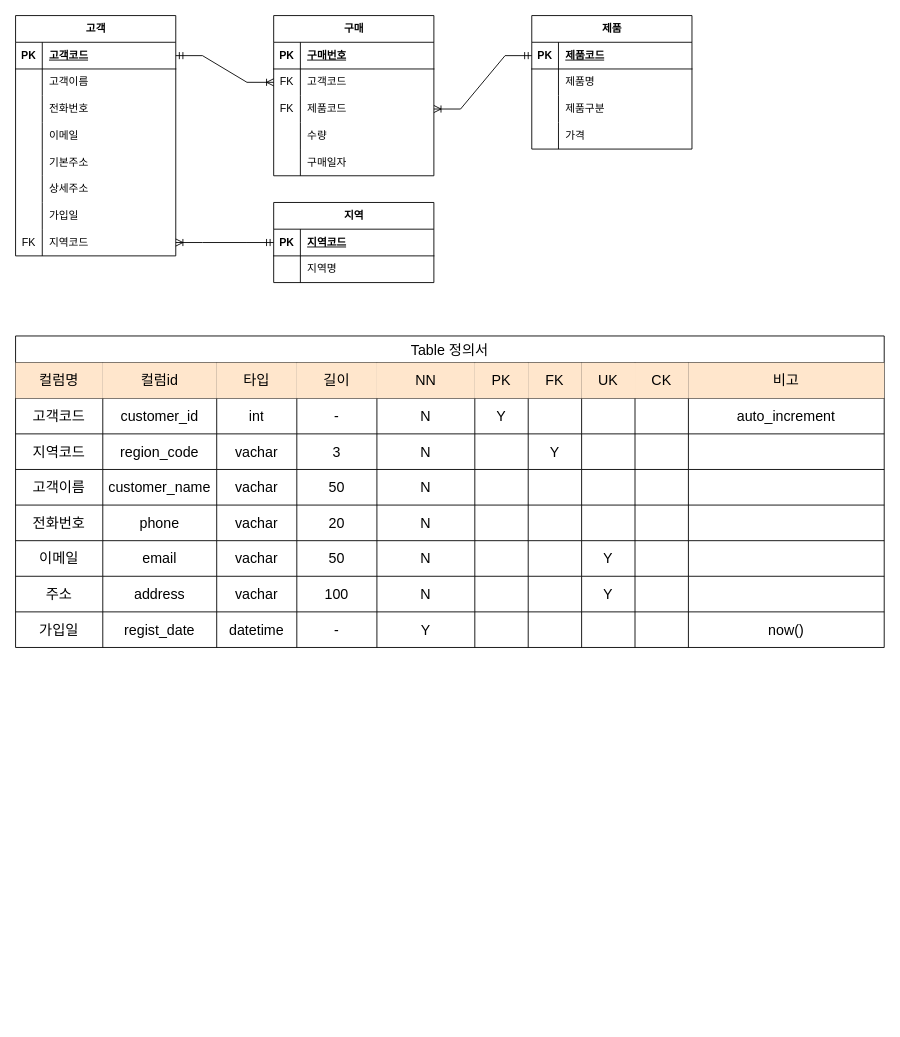
joohyunProjectStorage/erd_sample keeps this draw.io diagram as page "페이지-2" (2 of 2) of 제목 없는 다이어그램.drawio. Above is the earlier version. Source tidied: cells renumbered, new cells numbered last; positions are measured from the earlier drawing's top-left corner, leaving out a move shared by most shapes. Both pictures are drawn from the tidied source at 89%, with x=0, y=0 at pixel (15, 15).
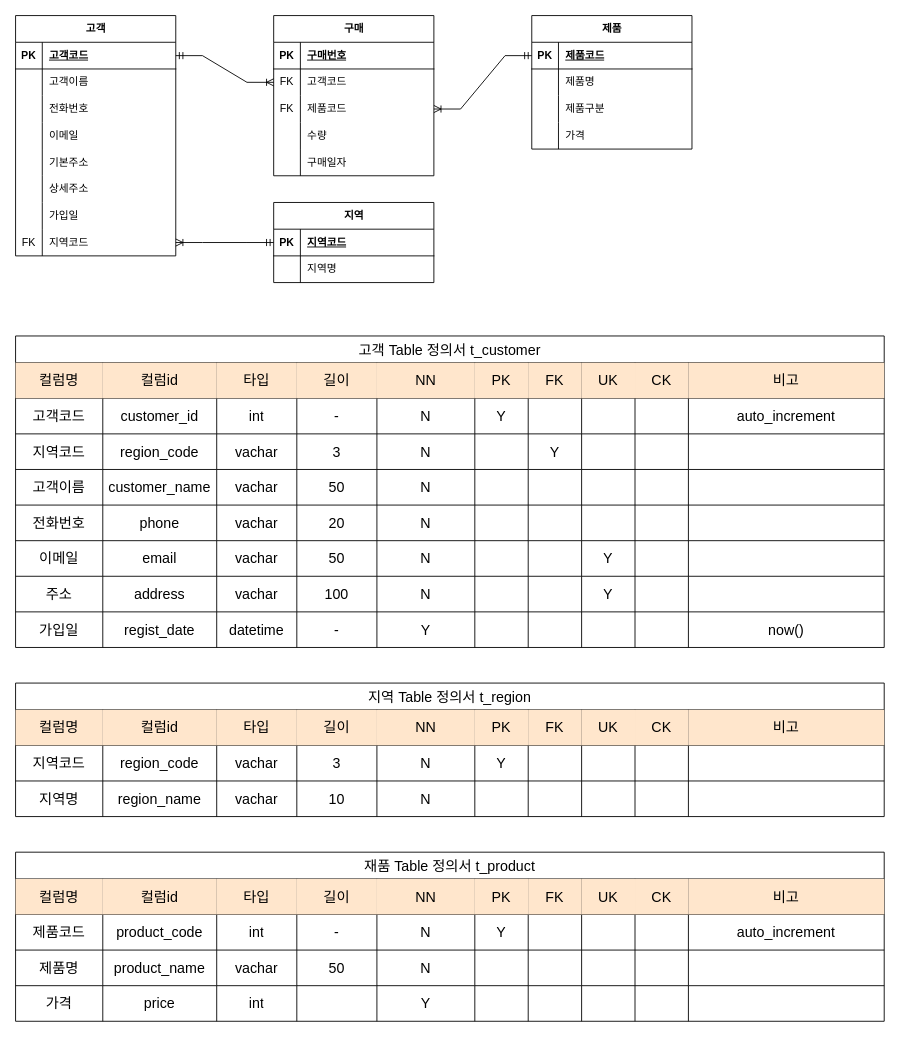
After the change.

Commit message (it also covers changes not shown here):
제목 없는 다이어그램.drawio 업데이트

What changed in the source:
```diff
@@
-    <mxCell id="66" value="Table 정의서" style="shape=table;startSize=30;childLayout=tableLayout;strokeColor=default;fontSize=16;" parent="1" vertex="1">
+    <mxCell id="66" value="고객 Table 정의서 t_customer" style="shape=table;startSize=30;childLayout=tableLayout;strokeColor=default;fontSize=16;" parent="1" vertex="1">
       <mxGeometry y="360" width="976" height="350" as="geometry" />
     </mxCell>
@@
+    <mxCell id="155" value="지역 Table 정의서 t_region" style="shape=table;startSize=30;childLayout=tableLayout;strokeColor=default;fontSize=16;" parent="1" vertex="1">
+      <mxGeometry y="750" width="976" height="150" as="geometry" />
+    </mxCell>
+    <mxCell id="156" style="shape=tableRow;horizontal=0;startSize=0;swimlaneHead=0;swimlaneBody=0;strokeColor=inherit;top=0;left=0;bottom=0;right=0;fillColor=none;fontSize=16;" parent="155" vertex="1">
+      <mxGeometry y="30" width="976" height="40" as="geometry" />
+    </mxCell>
+    <mxCell id="157" value="컬럼명" style="shape=partialRectangle;html=1;whiteSpace=wrap;strokeColor=#d79b00;overflow=hidden;fillColor=#ffe6cc;top=0;left=0;bottom=0;right=0;fontSize=16;" parent="156" vertex="1">
+      <mxGeometry width="98" height="40" as="geometry" />
+    </mxCell>
+    <mxCell id="158" value="컬럼id" style="shape=partialRectangle;html=1;whiteSpace=wrap;strokeColor=#d79b00;overflow=hidden;fillColor=#ffe6cc;top=0;left=0;bottom=0;right=0;fontSize=16;" parent="156" vertex="1">
+      <mxGeometry x="98" width="128" height="40" as="geometry" />
+    </mxCell>
+    <mxCell id="159" value="타입" style="shape=partialRectangle;html=1;whiteSpace=wrap;strokeColor=#d79b00;overflow=hidden;fillColor=#ffe6cc;top=0;left=0;bottom=0;right=0;fontSize=16;" parent="156" vertex="1">
+      <mxGeometry x="226" width="90" height="40" as="geometry" />
+    </mxCell>
+    <mxCell id="160" value="길이" style="shape=partialRectangle;html=1;whiteSpace=wrap;strokeColor=#d79b00;overflow=hidden;fillColor=#ffe6cc;top=0;left=0;bottom=0;right=0;fontSize=16;" parent="156" vertex="1">
+      <mxGeometry x="316" width="90" height="40" as="geometry" />
+    </mxCell>
+    <mxCell id="161" value="NN" style="shape=partialRectangle;html=1;whiteSpace=wrap;strokeColor=#d79b00;overflow=hidden;fillColor=#ffe6cc;top=0;left=0;bottom=0;right=0;fontSize=16;" parent="156" vertex="1">
+      <mxGeometry x="406" width="110" height="40" as="geometry" />
+    </mxCell>
+    <mxCell id="162" value="PK" style="shape=partialRectangle;html=1;whiteSpace=wrap;strokeColor=#d79b00;overflow=hidden;fillColor=#ffe6cc;top=0;left=0;bottom=0;right=0;fontSize=16;" parent="156" vertex="1">
+      <mxGeometry x="516" width="60" height="40" as="geometry" />
+    </mxCell>
+    <mxCell id="163" value="FK" style="shape=partialRectangle;html=1;whiteSpace=wrap;strokeColor=#d79b00;overflow=hidden;fillColor=#ffe6cc;top=0;left=0;bottom=0;right=0;fontSize=16;" parent="156" vertex="1">
+      <mxGeometry x="576" width="60" height="40" as="geometry" />
+    </mxCell>
+    <mxCell id="164" value="UK" style="shape=partialRectangle;html=1;whiteSpace=wrap;strokeColor=#d79b00;overflow=hidden;fillColor=#ffe6cc;top=0;left=0;bottom=0;right=0;fontSize=16;" parent="156" vertex="1">
+      <mxGeometry x="636" width="60" height="40" as="geometry" />
+    </mxCell>
+    <mxCell id="165" value="CK" style="shape=partialRectangle;html=1;whiteSpace=wrap;strokeColor=#d79b00;overflow=hidden;fillColor=#ffe6cc;top=0;left=0;bottom=0;right=0;fontSize=16;" parent="156" vertex="1">
+      <mxGeometry x="696" width="60" height="40" as="geometry" />
+    </mxCell>
+    <mxCell id="166" value="비고" style="shape=partialRectangle;html=1;whiteSpace=wrap;strokeColor=#d79b00;overflow=hidden;fillColor=#ffe6cc;top=0;left=0;bottom=0;right=0;fontSize=16;" parent="156" vertex="1">
+      <mxGeometry x="756" width="220" height="40" as="geometry" />
+    </mxCell>
+    <mxCell id="167" style="shape=tableRow;horizontal=0;startSize=0;swimlaneHead=0;swimlaneBody=0;strokeColor=inherit;top=0;left=0;bottom=0;right=0;fillColor=none;fontSize=16;" parent="155" vertex="1">
+      <mxGeometry y="70" width="976" height="40" as="geometry" />
+    </mxCell>
+    <mxCell id="168" value="지역코드" style="shape=partialRectangle;html=1;whiteSpace=wrap;strokeColor=inherit;overflow=hidden;fillColor=none;top=0;left=0;bottom=0;right=0;fontSize=16;" parent="167" vertex="1">
+      <mxGeometry width="98" height="40" as="geometry" />
+    </mxCell>
+    <mxCell id="169" value="region_code" style="shape=partialRectangle;html=1;whiteSpace=wrap;strokeColor=inherit;overflow=hidden;fillColor=none;top=0;left=0;bottom=0;right=0;fontSize=16;" parent="167" vertex="1">
+      <mxGeometry x="98" width="128" height="40" as="geometry" />
+    </mxCell>
+    <mxCell id="170" value="vachar" style="shape=partialRectangle;html=1;whiteSpace=wrap;strokeColor=inherit;overflow=hidden;fillColor=none;top=0;left=0;bottom=0;right=0;fontSize=16;" parent="167" vertex="1">
+      <mxGeometry x="226" width="90" height="40" as="geometry" />
+    </mxCell>
+    <mxCell id="171" value="3" style="shape=partialRectangle;html=1;whiteSpace=wrap;strokeColor=inherit;overflow=hidden;fillColor=none;top=0;left=0;bottom=0;right=0;fontSize=16;" parent="167" vertex="1">
+      <mxGeometry x="316" width="90" height="40" as="geometry" />
+    </mxCell>
+    <mxCell id="172" value="N" style="shape=partialRectangle;html=1;whiteSpace=wrap;strokeColor=inherit;overflow=hidden;fillColor=none;top=0;left=0;bottom=0;right=0;fontSize=16;" parent="167" vertex="1">
+      <mxGeometry x="406" width="110" height="40" as="geometry" />
+    </mxCell>
+    <mxCell id="173" value="Y" style="shape=partialRectangle;html=1;whiteSpace=wrap;strokeColor=inherit;overflow=hidden;fillColor=none;top=0;left=0;bottom=0;right=0;fontSize=16;" parent="167" vertex="1">
+      <mxGeometry x="516" width="60" height="40" as="geometry" />
+    </mxCell>
+    <mxCell id="174" style="shape=partialRectangle;html=1;whiteSpace=wrap;strokeColor=inherit;overflow=hidden;fillColor=none;top=0;left=0;bottom=0;right=0;fontSize=16;" parent="167" vertex="1">
+      <mxGeometry x="576" width="60" height="40" as="geometry" />
+    </mxCell>
+    <mxCell id="175" style="shape=partialRectangle;html=1;whiteSpace=wrap;strokeColor=inherit;overflow=hidden;fillColor=none;top=0;left=0;bottom=0;right=0;fontSize=16;" parent="167" vertex="1">
+      <mxGeometry x="636" width="60" height="40" as="geometry" />
+    </mxCell>
+    <mxCell id="176" style="shape=partialRectangle;html=1;whiteSpace=wrap;strokeColor=inherit;overflow=hidden;fillColor=none;top=0;left=0;bottom=0;right=0;fontSize=16;" parent="167" vertex="1">
+      <mxGeometry x="696" width="60" height="40" as="geometry" />
+    </mxCell>
+    <mxCell id="177" style="shape=partialRectangle;html=1;whiteSpace=wrap;strokeColor=inherit;overflow=hidden;fillColor=none;top=0;left=0;bottom=0;right=0;fontSize=16;" parent="167" vertex="1">
+      <mxGeometry x="756" width="220" height="40" as="geometry" />
+    </mxCell>
+    <mxCell id="178" style="shape=tableRow;horizontal=0;startSize=0;swimlaneHead=0;swimlaneBody=0;strokeColor=inherit;top=0;left=0;bottom=0;right=0;fillColor=none;fontSize=16;" parent="155" vertex="1">
+      <mxGeometry y="110" width="976" height="40" as="geometry" />
+    </mxCell>
+    <mxCell id="179" value="지역명" style="shape=partialRectangle;html=1;whiteSpace=wrap;strokeColor=inherit;overflow=hidden;fillColor=none;top=0;left=0;bottom=0;right=0;fontSize=16;" parent="178" vertex="1">
+      <mxGeometry width="98" height="40" as="geometry" />
+    </mxCell>
+    <mxCell id="180" value="region_name" style="shape=partialRectangle;html=1;whiteSpace=wrap;strokeColor=inherit;overflow=hidden;fillColor=none;top=0;left=0;bottom=0;right=0;fontSize=16;" parent="178" vertex="1">
+      <mxGeometry x="98" width="128" height="40" as="geometry" />
+    </mxCell>
+    <mxCell id="181" value="vachar" style="shape=partialRectangle;html=1;whiteSpace=wrap;strokeColor=inherit;overflow=hidden;fillColor=none;top=0;left=0;bottom=0;right=0;fontSize=16;" parent="178" vertex="1">
+      <mxGeometry x="226" width="90" height="40" as="geometry" />
+    </mxCell>
+    <mxCell id="182" value="10" style="shape=partialRectangle;html=1;whiteSpace=wrap;strokeColor=inherit;overflow=hidden;fillColor=none;top=0;left=0;bottom=0;right=0;fontSize=16;" parent="178" vertex="1">
+      <mxGeometry x="316" width="90" height="40" as="geometry" />
+    </mxCell>
+    <mxCell id="183" value="N" style="shape=partialRectangle;html=1;whiteSpace=wrap;strokeColor=inherit;overflow=hidden;fillColor=none;top=0;left=0;bottom=0;right=0;fontSize=16;" parent="178" vertex="1">
+      <mxGeometry x="406" width="110" height="40" as="geometry" />
+    </mxCell>
+    <mxCell id="184" style="shape=partialRectangle;html=1;whiteSpace=wrap;strokeColor=inherit;overflow=hidden;fillColor=none;top=0;left=0;bottom=0;right=0;fontSize=16;" parent="178" vertex="1">
+      <mxGeometry x="516" width="60" height="40" as="geometry" />
+    </mxCell>
+    <mxCell id="185" style="shape=partialRectangle;html=1;whiteSpace=wrap;strokeColor=inherit;overflow=hidden;fillColor=none;top=0;left=0;bottom=0;right=0;fontSize=16;" parent="178" vertex="1">
+      <mxGeometry x="576" width="60" height="40" as="geometry" />
+    </mxCell>
+    <mxCell id="186" style="shape=partialRectangle;html=1;whiteSpace=wrap;strokeColor=inherit;overflow=hidden;fillColor=none;top=0;left=0;bottom=0;right=0;fontSize=16;" parent="178" vertex="1">
+      <mxGeometry x="636" width="60" height="40" as="geometry" />
+    </mxCell>
+    <mxCell id="187" style="shape=partialRectangle;html=1;whiteSpace=wrap;strokeColor=inherit;overflow=hidden;fillColor=none;top=0;left=0;bottom=0;right=0;fontSize=16;" parent="178" vertex="1">
+      <mxGeometry x="696" width="60" height="40" as="geometry" />
+    </mxCell>
+    <mxCell id="188" style="shape=partialRectangle;html=1;whiteSpace=wrap;strokeColor=inherit;overflow=hidden;fillColor=none;top=0;left=0;bottom=0;right=0;fontSize=16;" parent="178" vertex="1">
+      <mxGeometry x="756" width="220" height="40" as="geometry" />
+    </mxCell>
+    <mxCell id="189" value="재품 Table 정의서 t_product" style="shape=table;startSize=30;childLayout=tableLayout;strokeColor=default;fontSize=16;" parent="1" vertex="1">
+      <mxGeometry y="940" width="976" height="190" as="geometry" />
+    </mxCell>
+    <mxCell id="190" style="shape=tableRow;horizontal=0;startSize=0;swimlaneHead=0;swimlaneBody=0;strokeColor=inherit;top=0;left=0;bottom=0;right=0;fillColor=none;fontSize=16;" parent="189" vertex="1">
+      <mxGeometry y="30" width="976" height="40" as="geometry" />
+    </mxCell>
+    <mxCell id="191" value="컬럼명" style="shape=partialRectangle;html=1;whiteSpace=wrap;strokeColor=#d79b00;overflow=hidden;fillColor=#ffe6cc;top=0;left=0;bottom=0;right=0;fontSize=16;" parent="190" vertex="1">
+      <mxGeometry width="98" height="40" as="geometry" />
+    </mxCell>
+    <mxCell id="192" value="컬럼id" style="shape=partialRectangle;html=1;whiteSpace=wrap;strokeColor=#d79b00;overflow=hidden;fillColor=#ffe6cc;top=0;left=0;bottom=0;right=0;fontSize=16;" parent="190" vertex="1">
+      <mxGeometry x="98" width="128" height="40" as="geometry" />
+    </mxCell>
+    <mxCell id="193" value="타입" style="shape=partialRectangle;html=1;whiteSpace=wrap;strokeColor=#d79b00;overflow=hidden;fillColor=#ffe6cc;top=0;left=0;bottom=0;right=0;fontSize=16;" parent="190" vertex="1">
+      <mxGeometry x="226" width="90" height="40" as="geometry" />
+    </mxCell>
+    <mxCell id="194" value="길이" style="shape=partialRectangle;html=1;whiteSpace=wrap;strokeColor=#d79b00;overflow=hidden;fillColor=#ffe6cc;top=0;left=0;bottom=0;right=0;fontSize=16;" parent="190" vertex="1">
+      <mxGeometry x="316" width="90" height="40" as="geometry" />
+    </mxCell>
+    <mxCell id="195" value="NN" style="shape=partialRectangle;html=1;whiteSpace=wrap;strokeColor=#d79b00;overflow=hidden;fillColor=#ffe6cc;top=0;left=0;bottom=0;right=0;fontSize=16;" parent="190" vertex="1">
+      <mxGeometry x="406" width="110" height="40" as="geometry" />
+    </mxCell>
+    <mxCell id="196" value="PK" style="shape=partialRectangle;html=1;whiteSpace=wrap;strokeColor=#d79b00;overflow=hidden;fillColor=#ffe6cc;top=0;left=0;bottom=0;right=0;fontSize=16;" parent="190" vertex="1">
+      <mxGeometry x="516" width="60" height="40" as="geometry" />
+    </mxCell>
+    <mxCell id="197" value="FK" style="shape=partialRectangle;html=1;whiteSpace=wrap;strokeColor=#d79b00;overflow=hidden;fillColor=#ffe6cc;top=0;left=0;bottom=0;right=0;fontSize=16;" parent="190" vertex="1">
+      <mxGeometry x="576" width="60" height="40" as="geometry" />
+    </mxCell>
+    <mxCell id="198" value="UK" style="shape=partialRectangle;html=1;whiteSpace=wrap;strokeColor=#d79b00;overflow=hidden;fillColor=#ffe6cc;top=0;left=0;bottom=0;right=0;fontSize=16;" parent="190" vertex="1">
+      <mxGeometry x="636" width="60" height="40" as="geometry" />
+    </mxCell>
+    <mxCell id="199" value="CK" style="shape=partialRectangle;html=1;whiteSpace=wrap;strokeColor=#d79b00;overflow=hidden;fillColor=#ffe6cc;top=0;left=0;bottom=0;right=0;fontSize=16;" parent="190" vertex="1">
+      <mxGeometry x="696" width="60" height="40" as="geometry" />
+    </mxCell>
+    <mxCell id="200" value="비고" style="shape=partialRectangle;html=1;whiteSpace=wrap;strokeColor=#d79b00;overflow=hidden;fillColor=#ffe6cc;top=0;left=0;bottom=0;right=0;fontSize=16;" parent="190" vertex="1">
+      <mxGeometry x="756" width="220" height="40" as="geometry" />
+    </mxCell>
+    <mxCell id="201" style="shape=tableRow;horizontal=0;startSize=0;swimlaneHead=0;swimlaneBody=0;strokeColor=inherit;top=0;left=0;bottom=0;right=0;fillColor=none;fontSize=16;" parent="189" vertex="1">
+      <mxGeometry y="70" width="976" height="40" as="geometry" />
+    </mxCell>
+    <mxCell id="202" value="제품코드" style="shape=partialRectangle;html=1;whiteSpace=wrap;strokeColor=inherit;overflow=hidden;fillColor=none;top=0;left=0;bottom=0;right=0;fontSize=16;" parent="201" vertex="1">
+      <mxGeometry width="98" height="40" as="geometry" />
+    </mxCell>
+    <mxCell id="203" value="product_code" style="shape=partialRectangle;html=1;whiteSpace=wrap;strokeColor=inherit;overflow=hidden;fillColor=none;top=0;left=0;bottom=0;right=0;fontSize=16;" parent="201" vertex="1">
+      <mxGeometry x="98" width="128" height="40" as="geometry" />
+    </mxCell>
+    <mxCell id="204" value="int" style="shape=partialRectangle;html=1;whiteSpace=wrap;strokeColor=inherit;overflow=hidden;fillColor=none;top=0;left=0;bottom=0;right=0;fontSize=16;" parent="201" vertex="1">
+      <mxGeometry x="226" width="90" height="40" as="geometry" />
+    </mxCell>
+    <mxCell id="205" value="-" style="shape=partialRectangle;html=1;whiteSpace=wrap;strokeColor=inherit;overflow=hidden;fillColor=none;top=0;left=0;bottom=0;right=0;fontSize=16;" parent="201" vertex="1">
+      <mxGeometry x="316" width="90" height="40" as="geometry" />
+    </mxCell>
+    <mxCell id="206" value="N" style="shape=partialRectangle;html=1;whiteSpace=wrap;strokeColor=inherit;overflow=hidden;fillColor=none;top=0;left=0;bottom=0;right=0;fontSize=16;" parent="201" vertex="1">
+      <mxGeometry x="406" width="110" height="40" as="geometry" />
+    </mxCell>
+    <mxCell id="207" value="Y" style="shape=partialRectangle;html=1;whiteSpace=wrap;strokeColor=inherit;overflow=hidden;fillColor=none;top=0;left=0;bottom=0;right=0;fontSize=16;" parent="201" vertex="1">
+      <mxGeometry x="516" width="60" height="40" as="geometry" />
+    </mxCell>
+    <mxCell id="208" style="shape=partialRectangle;html=1;whiteSpace=wrap;strokeColor=inherit;overflow=hidden;fillColor=none;top=0;left=0;bottom=0;right=0;fontSize=16;" parent="201" vertex="1">
+      <mxGeometry x="576" width="60" height="40" as="geometry" />
+    </mxCell>
+    <mxCell id="209" style="shape=partialRectangle;html=1;whiteSpace=wrap;strokeColor=inherit;overflow=hidden;fillColor=none;top=0;left=0;bottom=0;right=0;fontSize=16;" parent="201" vertex="1">
+      <mxGeometry x="636" width="60" height="40" as="geometry" />
+    </mxCell>
+    <mxCell id="210" style="shape=partialRectangle;html=1;whiteSpace=wrap;strokeColor=inherit;overflow=hidden;fillColor=none;top=0;left=0;bottom=0;right=0;fontSize=16;" parent="201" vertex="1">
+      <mxGeometry x="696" width="60" height="40" as="geometry" />
+    </mxCell>
+    <mxCell id="211" value="auto_increment" style="shape=partialRectangle;html=1;whiteSpace=wrap;strokeColor=inherit;overflow=hidden;fillColor=none;top=0;left=0;bottom=0;right=0;fontSize=16;" parent="201" vertex="1">
+      <mxGeometry x="756" width="220" height="40" as="geometry" />
+    </mxCell>
+    <mxCell id="212" style="shape=tableRow;horizontal=0;startSize=0;swimlaneHead=0;swimlaneBody=0;strokeColor=inherit;top=0;left=0;bottom=0;right=0;fillColor=none;fontSize=16;" parent="189" vertex="1">
+      <mxGeometry y="110" width="976" height="40" as="geometry" />
+    </mxCell>
+    <mxCell id="213" value="제품명" style="shape=partialRectangle;html=1;whiteSpace=wrap;strokeColor=inherit;overflow=hidden;fillColor=none;top=0;left=0;bottom=0;right=0;fontSize=16;" parent="212" vertex="1">
+      <mxGeometry width="98" height="40" as="geometry" />
+    </mxCell>
+    <mxCell id="214" value="product_name" style="shape=partialRectangle;html=1;whiteSpace=wrap;strokeColor=inherit;overflow=hidden;fillColor=none;top=0;left=0;bottom=0;right=0;fontSize=16;" parent="212" vertex="1">
+      <mxGeometry x="98" width="128" height="40" as="geometry" />
+    </mxCell>
+    <mxCell id="215" value="vachar" style="shape=partialRectangle;html=1;whiteSpace=wrap;strokeColor=inherit;overflow=hidden;fillColor=none;top=0;left=0;bottom=0;right=0;fontSize=16;" parent="212" vertex="1">
+      <mxGeometry x="226" width="90" height="40" as="geometry" />
+    </mxCell>
+    <mxCell id="216" value="50" style="shape=partialRectangle;html=1;whiteSpace=wrap;strokeColor=inherit;overflow=hidden;fillColor=none;top=0;left=0;bottom=0;right=0;fontSize=16;" parent="212" vertex="1">
+      <mxGeometry x="316" width="90" height="40" as="geometry" />
+    </mxCell>
+    <mxCell id="217" value="N" style="shape=partialRectangle;html=1;whiteSpace=wrap;strokeColor=inherit;overflow=hidden;fillColor=none;top=0;left=0;bottom=0;right=0;fontSize=16;" parent="212" vertex="1">
+      <mxGeometry x="406" width="110" height="40" as="geometry" />
+    </mxCell>
+    <mxCell id="218" style="shape=partialRectangle;html=1;whiteSpace=wrap;strokeColor=inherit;overflow=hidden;fillColor=none;top=0;left=0;bottom=0;right=0;fontSize=16;" parent="212" vertex="1">
+      <mxGeometry x="516" width="60" height="40" as="geometry" />
+    </mxCell>
+    <mxCell id="219" style="shape=partialRectangle;html=1;whiteSpace=wrap;strokeColor=inherit;overflow=hidden;fillColor=none;top=0;left=0;bottom=0;right=0;fontSize=16;" parent="212" vertex="1">
+      <mxGeometry x="576" width="60" height="40" as="geometry" />
+    </mxCell>
+    <mxCell id="220" style="shape=partialRectangle;html=1;whiteSpace=wrap;strokeColor=inherit;overflow=hidden;fillColor=none;top=0;left=0;bottom=0;right=0;fontSize=16;" parent="212" vertex="1">
+      <mxGeometry x="636" width="60" height="40" as="geometry" />
+    </mxCell>
+    <mxCell id="221" style="shape=partialRectangle;html=1;whiteSpace=wrap;strokeColor=inherit;overflow=hidden;fillColor=none;top=0;left=0;bottom=0;right=0;fontSize=16;" parent="212" vertex="1">
+      <mxGeometry x="696" width="60" height="40" as="geometry" />
+    </mxCell>
+    <mxCell id="222" style="shape=partialRectangle;html=1;whiteSpace=wrap;strokeColor=inherit;overflow=hidden;fillColor=none;top=0;left=0;bottom=0;right=0;fontSize=16;" parent="212" vertex="1">
+      <mxGeometry x="756" width="220" height="40" as="geometry" />
+    </mxCell>
+    <mxCell id="223" style="shape=tableRow;horizontal=0;startSize=0;swimlaneHead=0;swimlaneBody=0;strokeColor=inherit;top=0;left=0;bottom=0;right=0;fillColor=none;fontSize=16;" parent="189" vertex="1">
+      <mxGeometry y="150" width="976" height="40" as="geometry" />
+    </mxCell>
+    <mxCell id="224" value="가격" style="shape=partialRectangle;html=1;whiteSpace=wrap;strokeColor=inherit;overflow=hidden;fillColor=none;top=0;left=0;bottom=0;right=0;fontSize=16;" parent="223" vertex="1">
+      <mxGeometry width="98" height="40" as="geometry" />
+    </mxCell>
+    <mxCell id="225" value="price" style="shape=partialRectangle;html=1;whiteSpace=wrap;strokeColor=inherit;overflow=hidden;fillColor=none;top=0;left=0;bottom=0;right=0;fontSize=16;" parent="223" vertex="1">
+      <mxGeometry x="98" width="128" height="40" as="geometry" />
+    </mxCell>
+    <mxCell id="226" value="int" style="shape=partialRectangle;html=1;whiteSpace=wrap;strokeColor=inherit;overflow=hidden;fillColor=none;top=0;left=0;bottom=0;right=0;fontSize=16;" parent="223" vertex="1">
+      <mxGeometry x="226" width="90" height="40" as="geometry" />
+    </mxCell>
+    <mxCell id="227" style="shape=partialRectangle;html=1;whiteSpace=wrap;strokeColor=inherit;overflow=hidden;fillColor=none;top=0;left=0;bottom=0;right=0;fontSize=16;" parent="223" vertex="1">
+      <mxGeometry x="316" width="90" height="40" as="geometry" />
+    </mxCell>
+    <mxCell id="228" value="Y" style="shape=partialRectangle;html=1;whiteSpace=wrap;strokeColor=inherit;overflow=hidden;fillColor=none;top=0;left=0;bottom=0;right=0;fontSize=16;" parent="223" vertex="1">
+      <mxGeometry x="406" width="110" height="40" as="geometry" />
+    </mxCell>
+    <mxCell id="229" style="shape=partialRectangle;html=1;whiteSpace=wrap;strokeColor=inherit;overflow=hidden;fillColor=none;top=0;left=0;bottom=0;right=0;fontSize=16;" parent="223" vertex="1">
+      <mxGeometry x="516" width="60" height="40" as="geometry" />
+    </mxCell>
+    <mxCell id="230" style="shape=partialRectangle;html=1;whiteSpace=wrap;strokeColor=inherit;overflow=hidden;fillColor=none;top=0;left=0;bottom=0;right=0;fontSize=16;" parent="223" vertex="1">
+      <mxGeometry x="576" width="60" height="40" as="geometry" />
+    </mxCell>
+    <mxCell id="231" style="shape=partialRectangle;html=1;whiteSpace=wrap;strokeColor=inherit;overflow=hidden;fillColor=none;top=0;left=0;bottom=0;right=0;fontSize=16;" parent="223" vertex="1">
+      <mxGeometry x="636" width="60" height="40" as="geometry" />
+    </mxCell>
+    <mxCell id="232" style="shape=partialRectangle;html=1;whiteSpace=wrap;strokeColor=inherit;overflow=hidden;fillColor=none;top=0;left=0;bottom=0;right=0;fontSize=16;" parent="223" vertex="1">
+      <mxGeometry x="696" width="60" height="40" as="geometry" />
+    </mxCell>
+    <mxCell id="233" style="shape=partialRectangle;html=1;whiteSpace=wrap;strokeColor=inherit;overflow=hidden;fillColor=none;top=0;left=0;bottom=0;right=0;fontSize=16;" parent="223" vertex="1">
+      <mxGeometry x="756" width="220" height="40" as="geometry" />
+    </mxCell>
```
